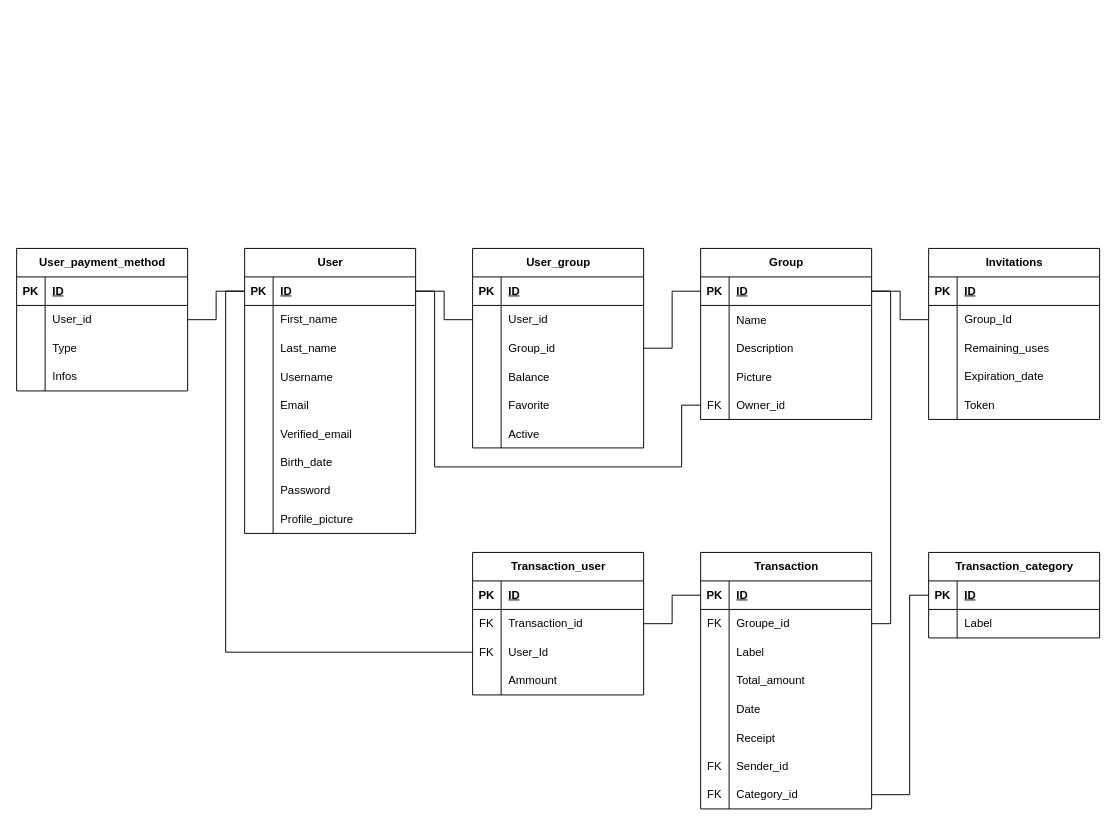
This is Other/Diagramme_BDD.drawio from Titan327/3PROJ, a draw.io file, before an edit. Source tidied: cells renumbered, new cells numbered last; positions are measured from the earlier drawing's top-left corner, leaving out a move shared by most shapes. Both pictures are drawn from the tidied source at 95%, with x=0, y=0 at pixel (16, 248).
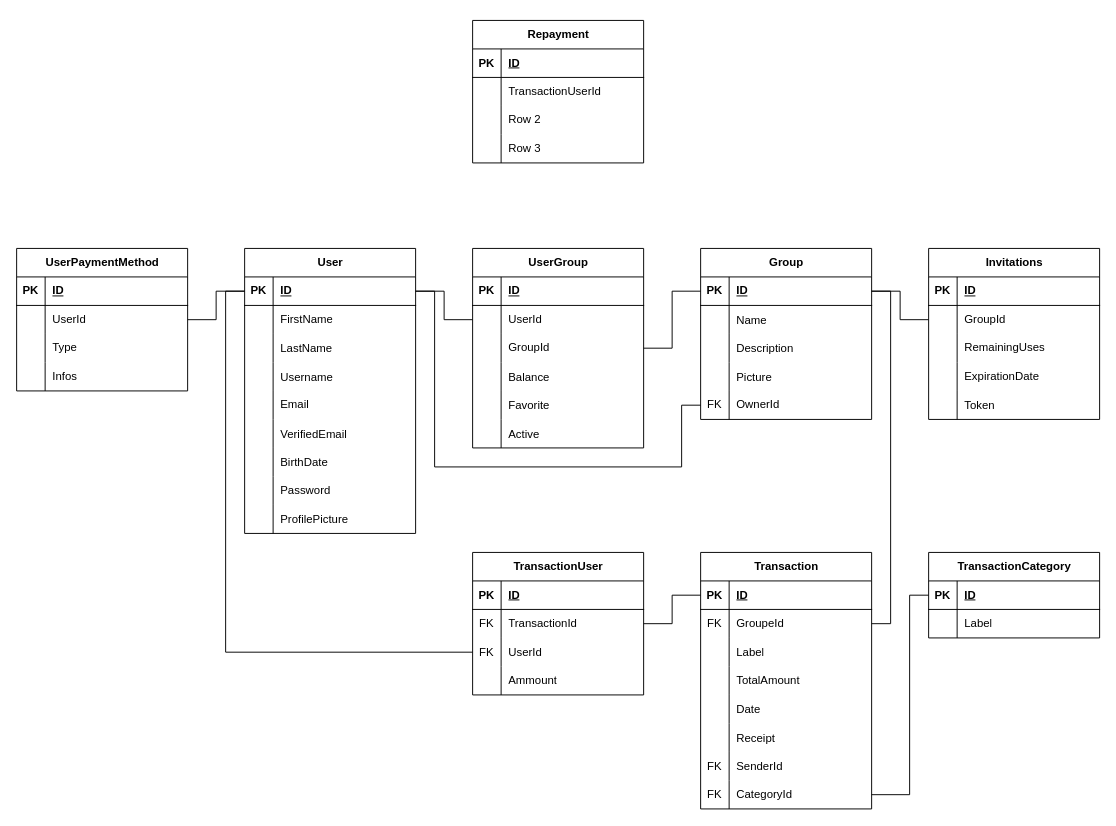
After the change.

Unchanged cells that the change refers to:
```xml
<mxCell id="6" style="shape=tableRow;horizontal=0;startSize=0;swimlaneHead=0;swimlaneBody=0;fillColor=none;top=0;left=0;right=0;bottom=0;" parent="2" vertex="1">
  <mxGeometry y="60" width="180" height="30" as="geometry" />
</mxCell>
<mxCell id="9" style="shape=tableRow;horizontal=0;startSize=0;swimlaneHead=0;swimlaneBody=0;fillColor=none;top=0;left=0;right=0;bottom=0;" parent="2" vertex="1">
  <mxGeometry y="90" width="180" height="30" as="geometry" />
</mxCell>
<mxCell id="18" style="shape=tableRow;horizontal=0;startSize=0;swimlaneHead=0;swimlaneBody=0;fillColor=none;top=0;left=0;right=0;bottom=0;" parent="2" vertex="1">
  <mxGeometry y="180" width="180" height="30" as="geometry" />
</mxCell>
<mxCell id="21" style="shape=tableRow;horizontal=0;startSize=0;swimlaneHead=0;swimlaneBody=0;fillColor=none;top=0;left=0;right=0;bottom=0;" parent="2" vertex="1">
  <mxGeometry y="210" width="180" height="30" as="geometry" />
</mxCell>
<mxCell id="27" style="shape=tableRow;horizontal=0;startSize=0;swimlaneHead=0;swimlaneBody=0;fillColor=none;top=0;left=0;right=0;bottom=0;" parent="2" vertex="1">
  <mxGeometry y="270" width="180" height="30" as="geometry" />
</mxCell>
<mxCell id="43" style="shape=tableRow;horizontal=0;startSize=0;swimlaneHead=0;swimlaneBody=0;fillColor=none;points=[[0,0.5],[1,0.5]];portConstraint=eastwest;top=0;left=0;right=0;bottom=0;" parent="30" vertex="1">
  <mxGeometry y="150" width="180" height="30" as="geometry" />
</mxCell>
<mxCell id="50" style="shape=tableRow;horizontal=0;startSize=0;swimlaneHead=0;swimlaneBody=0;fillColor=none;points=[[0,0.5],[1,0.5]];portConstraint=eastwest;top=0;left=0;right=0;bottom=0;" parent="46" vertex="1">
  <mxGeometry y="60" width="180" height="30" as="geometry" />
</mxCell>
<mxCell id="56" style="shape=tableRow;horizontal=0;startSize=0;swimlaneHead=0;swimlaneBody=0;fillColor=none;top=0;left=0;right=0;bottom=0;" parent="46" vertex="1">
  <mxGeometry y="120" width="180" height="30" as="geometry" />
</mxCell>
<mxCell id="65" style="shape=tableRow;horizontal=0;startSize=0;swimlaneHead=0;swimlaneBody=0;fillColor=none;top=0;left=0;right=0;bottom=0;" parent="46" vertex="1">
  <mxGeometry y="210" width="180" height="30" as="geometry" />
</mxCell>
<mxCell id="68" style="shape=tableRow;horizontal=0;startSize=0;swimlaneHead=0;swimlaneBody=0;fillColor=none;points=[[0,0.5],[1,0.5]];portConstraint=eastwest;top=0;left=0;right=0;bottom=0;" parent="46" vertex="1">
  <mxGeometry y="240" width="180" height="30" as="geometry" />
</mxCell>
<mxCell id="82" style="shape=tableRow;horizontal=0;startSize=0;swimlaneHead=0;swimlaneBody=0;fillColor=none;points=[[0,0.5],[1,0.5]];portConstraint=eastwest;top=0;left=0;right=0;bottom=0;" parent="78" vertex="1">
  <mxGeometry y="60" width="180" height="30" as="geometry" />
</mxCell>
<mxCell id="85" style="shape=tableRow;horizontal=0;startSize=0;swimlaneHead=0;swimlaneBody=0;fillColor=none;points=[[0,0.5],[1,0.5]];portConstraint=eastwest;top=0;left=0;right=0;bottom=0;" parent="78" vertex="1">
  <mxGeometry y="90" width="180" height="30" as="geometry" />
</mxCell>
<mxCell id="105" style="shape=tableRow;horizontal=0;startSize=0;swimlaneHead=0;swimlaneBody=0;fillColor=none;points=[[0,0.5],[1,0.5]];portConstraint=eastwest;top=0;left=0;right=0;bottom=0;" parent="101" vertex="1">
  <mxGeometry y="60" width="180" height="30" as="geometry" />
</mxCell>
<mxCell id="108" style="shape=tableRow;horizontal=0;startSize=0;swimlaneHead=0;swimlaneBody=0;fillColor=none;points=[[0,0.5],[1,0.5]];portConstraint=eastwest;top=0;left=0;right=0;bottom=0;" parent="101" vertex="1">
  <mxGeometry y="90" width="180" height="30" as="geometry" />
</mxCell>
<mxCell id="121" style="shape=tableRow;horizontal=0;startSize=0;swimlaneHead=0;swimlaneBody=0;fillColor=none;points=[[0,0.5],[1,0.5]];portConstraint=eastwest;top=0;left=0;right=0;bottom=0;" parent="117" vertex="1">
  <mxGeometry y="60" width="180" height="30" as="geometry" />
</mxCell>
<mxCell id="135" style="shape=tableRow;horizontal=0;startSize=0;swimlaneHead=0;swimlaneBody=0;fillColor=none;points=[[0,0.5],[1,0.5]];portConstraint=eastwest;top=0;left=0;right=0;bottom=0;" parent="131" vertex="1">
  <mxGeometry y="60" width="180" height="30" as="geometry" />
</mxCell>
<mxCell id="138" style="shape=tableRow;horizontal=0;startSize=0;swimlaneHead=0;swimlaneBody=0;fillColor=none;top=0;left=0;right=0;bottom=0;" parent="131" vertex="1">
  <mxGeometry y="90" width="180" height="30" as="geometry" />
</mxCell>
<mxCell id="141" style="shape=tableRow;horizontal=0;startSize=0;swimlaneHead=0;swimlaneBody=0;fillColor=none;top=0;left=0;right=0;bottom=0;" parent="131" vertex="1">
  <mxGeometry y="120" width="180" height="30" as="geometry" />
</mxCell>
```

What changed in the source:
```diff
@@
-    <mxCell id="8" value="First_name" style="shape=partialRectangle;fillColor=none;top=0;left=0;bottom=0;right=0;align=left;spacingLeft=6;overflow=hidden;whiteSpace=wrap;html=1;" parent="6" vertex="1">
+    <mxCell id="8" value="FirstName" style="shape=partialRectangle;fillColor=none;top=0;left=0;bottom=0;right=0;align=left;spacingLeft=6;overflow=hidden;whiteSpace=wrap;html=1;" parent="6" vertex="1">
       <mxGeometry x="30" width="150" height="30" as="geometry" />
     </mxCell>
@@
-    <mxCell id="11" value="Last_name" style="shape=partialRectangle;fillColor=none;top=0;left=0;bottom=0;right=0;align=left;spacingLeft=6;overflow=hidden;" parent="9" vertex="1">
+    <mxCell id="11" value="LastName" style="shape=partialRectangle;fillColor=none;top=0;left=0;bottom=0;right=0;align=left;spacingLeft=6;overflow=hidden;" parent="9" vertex="1">
       <mxGeometry x="30" width="150" height="30" as="geometry" />
     </mxCell>
@@
-    <mxCell id="20" value="Verified_email" style="shape=partialRectangle;fillColor=none;top=0;left=0;bottom=0;right=0;align=left;spacingLeft=6;overflow=hidden;" parent="18" vertex="1">
+    <mxCell id="20" value="VerifiedEmail" style="shape=partialRectangle;fillColor=none;top=0;left=0;bottom=0;right=0;align=left;spacingLeft=6;overflow=hidden;" parent="18" vertex="1">
       <mxGeometry x="30" width="150" height="30" as="geometry" />
     </mxCell>
@@
-    <mxCell id="23" value="Birth_date" style="shape=partialRectangle;fillColor=none;top=0;left=0;bottom=0;right=0;align=left;spacingLeft=6;overflow=hidden;" parent="21" vertex="1">
+    <mxCell id="23" value="BirthDate" style="shape=partialRectangle;fillColor=none;top=0;left=0;bottom=0;right=0;align=left;spacingLeft=6;overflow=hidden;" parent="21" vertex="1">
       <mxGeometry x="30" width="150" height="30" as="geometry" />
     </mxCell>
@@
-    <mxCell id="29" value="Profile_picture" style="shape=partialRectangle;fillColor=none;top=0;left=0;bottom=0;right=0;align=left;spacingLeft=6;overflow=hidden;" parent="27" vertex="1">
+    <mxCell id="29" value="ProfilePicture" style="shape=partialRectangle;fillColor=none;top=0;left=0;bottom=0;right=0;align=left;spacingLeft=6;overflow=hidden;" parent="27" vertex="1">
       <mxGeometry x="30" width="150" height="30" as="geometry" />
     </mxCell>
@@
-    <mxCell id="45" value="Owner_id" style="shape=partialRectangle;fillColor=none;top=0;left=0;bottom=0;right=0;align=left;spacingLeft=6;fontStyle=0;overflow=hidden;whiteSpace=wrap;html=1;" parent="43" vertex="1">
+    <mxCell id="45" value="OwnerId" style="shape=partialRectangle;fillColor=none;top=0;left=0;bottom=0;right=0;align=left;spacingLeft=6;fontStyle=0;overflow=hidden;whiteSpace=wrap;html=1;" parent="43" vertex="1">
       <mxGeometry x="30" width="150" height="30" as="geometry" />
     </mxCell>
@@
-    <mxCell id="52" value="Groupe_id" style="shape=partialRectangle;fillColor=none;top=0;left=0;bottom=0;right=0;align=left;spacingLeft=6;fontStyle=0;overflow=hidden;whiteSpace=wrap;html=1;" parent="50" vertex="1">
+    <mxCell id="52" value="GroupeId" style="shape=partialRectangle;fillColor=none;top=0;left=0;bottom=0;right=0;align=left;spacingLeft=6;fontStyle=0;overflow=hidden;whiteSpace=wrap;html=1;" parent="50" vertex="1">
       <mxGeometry x="30" width="150" height="30" as="geometry" />
     </mxCell>
@@
-    <mxCell id="58" value="Total_amount" style="shape=partialRectangle;fillColor=none;top=0;left=0;bottom=0;right=0;align=left;spacingLeft=6;overflow=hidden;whiteSpace=wrap;html=1;" parent="56" vertex="1">
+    <mxCell id="58" value="TotalAmount" style="shape=partialRectangle;fillColor=none;top=0;left=0;bottom=0;right=0;align=left;spacingLeft=6;overflow=hidden;whiteSpace=wrap;html=1;" parent="56" vertex="1">
       <mxGeometry x="30" width="150" height="30" as="geometry" />
     </mxCell>
@@
-    <mxCell id="67" value="Sender_id" style="shape=partialRectangle;fillColor=none;top=0;left=0;bottom=0;right=0;align=left;spacingLeft=6;fontStyle=0;overflow=hidden;whiteSpace=wrap;html=1;" parent="65" vertex="1">
+    <mxCell id="67" value="SenderId" style="shape=partialRectangle;fillColor=none;top=0;left=0;bottom=0;right=0;align=left;spacingLeft=6;fontStyle=0;overflow=hidden;whiteSpace=wrap;html=1;" parent="65" vertex="1">
       <mxGeometry x="30" width="150" height="30" as="geometry" />
     </mxCell>
@@
-    <mxCell id="70" value="Category_id" style="shape=partialRectangle;fillColor=none;top=0;left=0;bottom=0;right=0;align=left;spacingLeft=6;fontStyle=0;overflow=hidden;whiteSpace=wrap;html=1;" parent="68" vertex="1">
+    <mxCell id="70" value="CategoryId" style="shape=partialRectangle;fillColor=none;top=0;left=0;bottom=0;right=0;align=left;spacingLeft=6;fontStyle=0;overflow=hidden;whiteSpace=wrap;html=1;" parent="68" vertex="1">
       <mxGeometry x="30" width="150" height="30" as="geometry" />
     </mxCell>
-    <mxCell id="71" value="Transaction_category" style="shape=table;startSize=30;childLayout=tableLayout;rowLines=0;fontStyle=1;align=center;html=1;" parent="1" vertex="1">
+    <mxCell id="71" value="TransactionCategory" style="shape=table;startSize=30;childLayout=tableLayout;rowLines=0;fontStyle=1;align=center;html=1;" parent="1" vertex="1">
       <mxGeometry x="960" y="320" width="180" height="90" as="geometry" />
     </mxCell>
@@
-    <mxCell id="78" value="User_group" style="shape=table;startSize=30;childLayout=tableLayout;rowLines=0;fontStyle=1;align=center;html=1;" parent="1" vertex="1">
+    <mxCell id="78" value="UserGroup" style="shape=table;startSize=30;childLayout=tableLayout;rowLines=0;fontStyle=1;align=center;html=1;" parent="1" vertex="1">
       <mxGeometry x="480" width="180" height="210" as="geometry" />
     </mxCell>
@@
-    <mxCell id="84" value="User_id" style="shape=partialRectangle;fillColor=none;top=0;left=0;bottom=0;right=0;align=left;spacingLeft=6;overflow=hidden;whiteSpace=wrap;html=1;" parent="82" vertex="1">
+    <mxCell id="84" value="UserId" style="shape=partialRectangle;fillColor=none;top=0;left=0;bottom=0;right=0;align=left;spacingLeft=6;overflow=hidden;whiteSpace=wrap;html=1;" parent="82" vertex="1">
       <mxGeometry x="30" width="150" height="30" as="geometry" />
     </mxCell>
@@
-    <mxCell id="87" value="Group_id" style="shape=partialRectangle;fillColor=none;top=0;left=0;bottom=0;right=0;align=left;spacingLeft=6;overflow=hidden;whiteSpace=wrap;html=1;" parent="85" vertex="1">
+    <mxCell id="87" value="GroupId" style="shape=partialRectangle;fillColor=none;top=0;left=0;bottom=0;right=0;align=left;spacingLeft=6;overflow=hidden;whiteSpace=wrap;html=1;" parent="85" vertex="1">
       <mxGeometry x="30" width="150" height="30" as="geometry" />
     </mxCell>
@@
-    <mxCell id="101" value="Transaction_user" style="shape=table;startSize=30;childLayout=tableLayout;rowLines=0;fontStyle=1;align=center;html=1;" parent="1" vertex="1">
+    <mxCell id="101" value="TransactionUser" style="shape=table;startSize=30;childLayout=tableLayout;rowLines=0;fontStyle=1;align=center;html=1;" parent="1" vertex="1">
       <mxGeometry x="480" y="320" width="180" height="150" as="geometry" />
     </mxCell>
@@
-    <mxCell id="107" value="Transaction_id" style="shape=partialRectangle;fillColor=none;top=0;left=0;bottom=0;right=0;align=left;spacingLeft=6;fontStyle=0;overflow=hidden;whiteSpace=wrap;html=1;" parent="105" vertex="1">
+    <mxCell id="107" value="TransactionId" style="shape=partialRectangle;fillColor=none;top=0;left=0;bottom=0;right=0;align=left;spacingLeft=6;fontStyle=0;overflow=hidden;whiteSpace=wrap;html=1;" parent="105" vertex="1">
       <mxGeometry x="30" width="150" height="30" as="geometry" />
     </mxCell>
@@
-    <mxCell id="110" value="User_Id" style="shape=partialRectangle;fillColor=none;top=0;left=0;bottom=0;right=0;align=left;spacingLeft=6;fontStyle=0;overflow=hidden;whiteSpace=wrap;html=1;" parent="108" vertex="1">
+    <mxCell id="110" value="UserId" style="shape=partialRectangle;fillColor=none;top=0;left=0;bottom=0;right=0;align=left;spacingLeft=6;fontStyle=0;overflow=hidden;whiteSpace=wrap;html=1;" parent="108" vertex="1">
       <mxGeometry x="30" width="150" height="30" as="geometry" />
     </mxCell>
@@
-    <mxCell id="117" value="User_payment_method" style="shape=table;startSize=30;childLayout=tableLayout;rowLines=0;fontStyle=1;align=center;html=1;" parent="1" vertex="1">
+    <mxCell id="117" value="UserPaymentMethod" style="shape=table;startSize=30;childLayout=tableLayout;rowLines=0;fontStyle=1;align=center;html=1;" parent="1" vertex="1">
       <mxGeometry width="180" height="150" as="geometry" />
     </mxCell>
@@
-    <mxCell id="123" value="User_id" style="shape=partialRectangle;fillColor=none;top=0;left=0;bottom=0;right=0;align=left;spacingLeft=6;overflow=hidden;whiteSpace=wrap;html=1;" parent="121" vertex="1">
+    <mxCell id="123" value="UserId" style="shape=partialRectangle;fillColor=none;top=0;left=0;bottom=0;right=0;align=left;spacingLeft=6;overflow=hidden;whiteSpace=wrap;html=1;" parent="121" vertex="1">
       <mxGeometry x="30" width="150" height="30" as="geometry" />
     </mxCell>
@@
-    <mxCell id="137" value="Group_Id" style="shape=partialRectangle;fillColor=none;top=0;left=0;bottom=0;right=0;align=left;spacingLeft=6;overflow=hidden;whiteSpace=wrap;html=1;" parent="135" vertex="1">
+    <mxCell id="137" value="GroupId" style="shape=partialRectangle;fillColor=none;top=0;left=0;bottom=0;right=0;align=left;spacingLeft=6;overflow=hidden;whiteSpace=wrap;html=1;" parent="135" vertex="1">
       <mxGeometry x="30" width="150" height="30" as="geometry" />
     </mxCell>
@@
-    <mxCell id="140" value="Remaining_uses" style="shape=partialRectangle;fillColor=none;top=0;left=0;bottom=0;right=0;align=left;spacingLeft=6;overflow=hidden;whiteSpace=wrap;html=1;" parent="138" vertex="1">
+    <mxCell id="140" value="RemainingUses" style="shape=partialRectangle;fillColor=none;top=0;left=0;bottom=0;right=0;align=left;spacingLeft=6;overflow=hidden;whiteSpace=wrap;html=1;" parent="138" vertex="1">
       <mxGeometry x="30" width="150" height="30" as="geometry" />
     </mxCell>
@@
-    <mxCell id="143" value="Expiration_date" style="shape=partialRectangle;fillColor=none;top=0;left=0;bottom=0;right=0;align=left;spacingLeft=6;overflow=hidden;whiteSpace=wrap;html=1;" parent="141" vertex="1">
+    <mxCell id="143" value="ExpirationDate" style="shape=partialRectangle;fillColor=none;top=0;left=0;bottom=0;right=0;align=left;spacingLeft=6;overflow=hidden;whiteSpace=wrap;html=1;" parent="141" vertex="1">
       <mxGeometry x="30" width="150" height="30" as="geometry" />
     </mxCell>
@@
+    <mxCell id="148" value="&lt;pre&gt;&lt;span style=&quot;font-family: Helvetica; white-space-collapse: collapse;&quot;&gt;Repayment&lt;/span&gt;&lt;br&gt;&lt;/pre&gt;" style="shape=table;startSize=30;childLayout=tableLayout;rowLines=0;fontStyle=1;align=center;html=1;" parent="1" vertex="1">
+      <mxGeometry x="480" y="-240" width="180" height="150" as="geometry" />
+    </mxCell>
+    <mxCell id="149" style="shape=tableRow;horizontal=0;startSize=0;swimlaneHead=0;swimlaneBody=0;fillColor=none;top=0;left=0;right=0;bottom=1;" parent="148" vertex="1">
+      <mxGeometry y="30" width="180" height="30" as="geometry" />
+    </mxCell>
+    <mxCell id="150" value="PK" style="shape=partialRectangle;fillColor=none;top=0;left=0;bottom=0;right=0;fontStyle=1;overflow=hidden;whiteSpace=wrap;html=1;" parent="149" vertex="1">
+      <mxGeometry width="30" height="30" as="geometry" />
+    </mxCell>
+    <mxCell id="151" value="ID" style="shape=partialRectangle;fillColor=none;top=0;left=0;bottom=0;right=0;align=left;spacingLeft=6;fontStyle=5;overflow=hidden;whiteSpace=wrap;html=1;" parent="149" vertex="1">
+      <mxGeometry x="30" width="150" height="30" as="geometry" />
+    </mxCell>
+    <mxCell id="152" style="shape=tableRow;horizontal=0;startSize=0;swimlaneHead=0;swimlaneBody=0;fillColor=none;top=0;left=0;right=0;bottom=0;" parent="148" vertex="1">
+      <mxGeometry y="60" width="180" height="30" as="geometry" />
+    </mxCell>
+    <mxCell id="153" style="shape=partialRectangle;fillColor=none;top=0;left=0;bottom=0;right=0;overflow=hidden;whiteSpace=wrap;html=1;" parent="152" vertex="1">
+      <mxGeometry width="30" height="30" as="geometry" />
+    </mxCell>
+    <mxCell id="154" value="TransactionUserId" style="shape=partialRectangle;fillColor=none;top=0;left=0;bottom=0;right=0;align=left;spacingLeft=6;overflow=hidden;whiteSpace=wrap;html=1;" parent="152" vertex="1">
+      <mxGeometry x="30" width="150" height="30" as="geometry" />
+    </mxCell>
+    <mxCell id="155" style="shape=tableRow;horizontal=0;startSize=0;swimlaneHead=0;swimlaneBody=0;fillColor=none;top=0;left=0;right=0;bottom=0;" parent="148" vertex="1">
+      <mxGeometry y="90" width="180" height="30" as="geometry" />
+    </mxCell>
+    <mxCell id="156" style="shape=partialRectangle;fillColor=none;top=0;left=0;bottom=0;right=0;overflow=hidden;whiteSpace=wrap;html=1;" parent="155" vertex="1">
+      <mxGeometry width="30" height="30" as="geometry" />
+    </mxCell>
+    <mxCell id="157" value="Row 2" style="shape=partialRectangle;fillColor=none;top=0;left=0;bottom=0;right=0;align=left;spacingLeft=6;overflow=hidden;whiteSpace=wrap;html=1;" parent="155" vertex="1">
+      <mxGeometry x="30" width="150" height="30" as="geometry" />
+    </mxCell>
+    <mxCell id="158" style="shape=tableRow;horizontal=0;startSize=0;swimlaneHead=0;swimlaneBody=0;fillColor=none;top=0;left=0;right=0;bottom=0;" parent="148" vertex="1">
+      <mxGeometry y="120" width="180" height="30" as="geometry" />
+    </mxCell>
+    <mxCell id="159" style="shape=partialRectangle;fillColor=none;top=0;left=0;bottom=0;right=0;overflow=hidden;whiteSpace=wrap;html=1;" parent="158" vertex="1">
+      <mxGeometry width="30" height="30" as="geometry" />
+    </mxCell>
+    <mxCell id="160" value="Row 3" style="shape=partialRectangle;fillColor=none;top=0;left=0;bottom=0;right=0;align=left;spacingLeft=6;overflow=hidden;whiteSpace=wrap;html=1;" parent="158" vertex="1">
+      <mxGeometry x="30" width="150" height="30" as="geometry" />
+    </mxCell>
```
